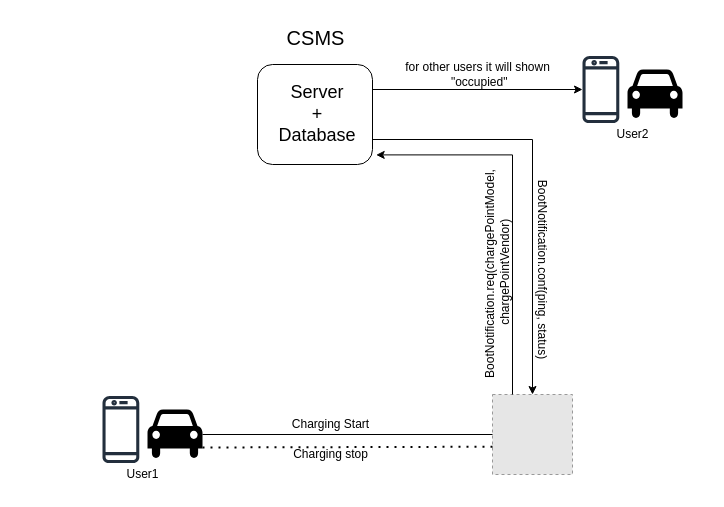
P-r-n-b/EV_station keeps this draw.io diagram as page "Page-2" (2 of 2) of ev_charger.drawio. Above is the earlier version. Source tidied: cells renumbered, new cells numbered last; positions are measured from the earlier drawing's top-left corner, leaving out a move shared by most shapes. Both pictures are drawn from the tidied source at 100%, with x=0, y=0 at pixel (96, 17). Pictures stored in the file or linked from it are replaced by grey dashed boxes.
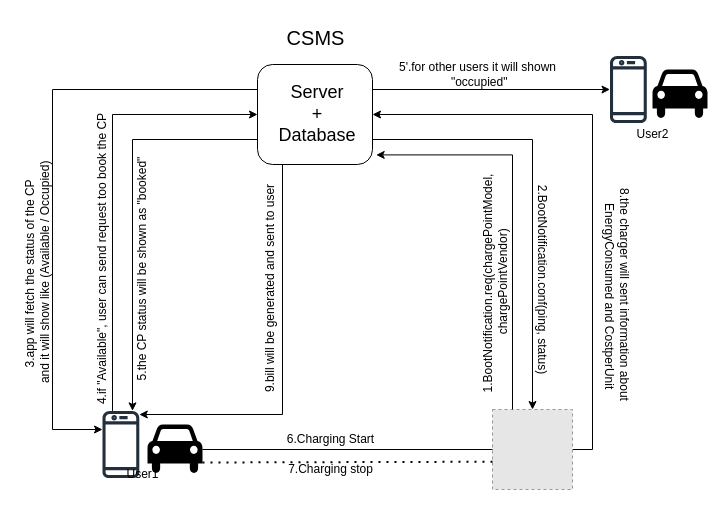
After the change.

Unchanged cells that the change refers to:
```xml
<mxCell id="5" style="rounded=1;whiteSpace=wrap;html=1;" parent="1" vertex="1">
  <mxGeometry x="161" y="47" width="115" height="100" as="geometry" />
</mxCell>
```

Diff of the diagram source:
```diff
@@
+    <mxCell id="23" style="edgeStyle=orthogonalEdgeStyle;rounded=0;jettySize=auto;html=1;exitX=1;exitY=0.5;exitDx=0;exitDy=0;entryX=1;entryY=0.5;entryDx=0;entryDy=0;" parent="1" edge="1" source="2" target="5">
+      <mxGeometry relative="1" as="geometry" />
+    </mxCell>
     <mxCell id="2" style="fillColor=#E6E6E6;strokeColor=#999999;dashed=1;verticalLabelPosition=bottom;verticalAlign=top;" parent="1" vertex="1">
-      <mxGeometry x="396" y="377" width="80" height="80" as="geometry" />
+      <mxGeometry x="396" y="392" width="80" height="80" as="geometry" />
     </mxCell>
@@
+    <mxCell id="24" style="edgeStyle=orthogonalEdgeStyle;rounded=0;jettySize=auto;html=1;exitX=0;exitY=0.25;exitDx=0;exitDy=0;" parent="1" edge="1" source="5" target="7">
+      <mxGeometry relative="1" as="geometry">
+        <Array as="points">
+          <mxPoint x="-44" y="72" />
+          <mxPoint x="-44" y="412" />
+        </Array>
+      </mxGeometry>
+    </mxCell>
+    <mxCell id="25" style="edgeStyle=orthogonalEdgeStyle;rounded=0;jettySize=auto;html=1;exitX=0;exitY=0.75;exitDx=0;exitDy=0;" parent="1" edge="1" source="5" target="7">
+      <mxGeometry relative="1" as="geometry">
+        <Array as="points">
+          <mxPoint x="36" y="122" />
+        </Array>
+      </mxGeometry>
+    </mxCell>
+    <mxCell id="26" style="edgeStyle=orthogonalEdgeStyle;rounded=0;jettySize=auto;html=1;exitX=0.25;exitY=1;exitDx=0;exitDy=0;" parent="1" edge="1" source="5" target="7">
+      <mxGeometry relative="1" as="geometry">
+        <Array as="points">
+          <mxPoint x="186" y="147" />
+          <mxPoint x="186" y="397" />
+        </Array>
+      </mxGeometry>
+    </mxCell>
@@
     <mxCell id="6" style="shape=mxgraph.signs.transportation.car_4;html=1;fillColor=#000000;strokeColor=none;verticalLabelPosition=bottom;verticalAlign=top;align=center;" parent="1" vertex="1">
-      <mxGeometry x="51" y="392" width="55" height="50" as="geometry" />
+      <mxGeometry x="51" y="407" width="55" height="50" as="geometry" />
     </mxCell>
+    <mxCell id="27" style="edgeStyle=orthogonalEdgeStyle;rounded=0;jettySize=auto;html=1;entryX=0;entryY=0.5;entryDx=0;entryDy=0;" parent="1" edge="1" source="7" target="5">
+      <mxGeometry relative="1" as="geometry">
+        <Array as="points">
+          <mxPoint x="16" y="97" />
+        </Array>
+      </mxGeometry>
+    </mxCell>
     <mxCell id="7" style="sketch=0;outlineConnect=0;fontColor=#232F3E;gradientColor=none;fillColor=#232F3D;strokeColor=none;dashed=0;verticalLabelPosition=bottom;verticalAlign=top;align=center;html=1;fontSize=12;fontStyle=0;shape=mxgraph.aws4.mobile_client;" parent="1" vertex="1">
-      <mxGeometry x="6" y="377" width="36.8" height="70" as="geometry" />
+      <mxGeometry x="6" y="392" width="36.8" height="70" as="geometry" />
     </mxCell>
@@
     <mxCell id="13" style="shape=mxgraph.signs.transportation.car_4;html=1;fillColor=#000000;strokeColor=none;verticalLabelPosition=bottom;verticalAlign=top;align=center;" parent="1" vertex="1">
-      <mxGeometry x="531" y="52" width="55" height="50" as="geometry" />
+      <mxGeometry x="556" y="52" width="55" height="50" as="geometry" />
     </mxCell>
     <mxCell id="14" style="sketch=0;outlineConnect=0;fontColor=#232F3E;gradientColor=none;fillColor=#232F3D;strokeColor=none;dashed=0;verticalLabelPosition=bottom;verticalAlign=top;align=center;html=1;fontSize=12;fontStyle=0;shape=mxgraph.aws4.mobile_client;" parent="1" vertex="1">
-      <mxGeometry x="486" y="37" width="36.8" height="70" as="geometry" />
+      <mxGeometry x="513.5" y="37" width="36.8" height="70" as="geometry" />
     </mxCell>
     <mxCell id="15" value="User2" style="text;html=1;align=center;verticalAlign=middle;strokeColor=none;fillColor=none;" parent="1" vertex="1">
-      <mxGeometry x="506" y="102" width="60" height="30" as="geometry" />
+      <mxGeometry x="526" y="102" width="60" height="30" as="geometry" />
     </mxCell>
-    <mxCell id="16" value="BootNotification.req(chargePointModel,&lt;div&gt;&amp;nbsp;chargePointVendor)&lt;/div&gt;" style="text;html=1;align=center;verticalAlign=middle;strokeColor=none;fillColor=none;rotation=270;" parent="1" vertex="1">
-      <mxGeometry x="286" y="237" width="230" height="40" as="geometry" />
+    <mxCell id="16" value="1.BootNotification.req(chargePointModel,&lt;div&gt;&amp;nbsp;chargePointVendor)&lt;/div&gt;" style="text;html=1;align=center;verticalAlign=middle;strokeColor=none;fillColor=none;rotation=270;" parent="1" vertex="1">
+      <mxGeometry x="278.5" y="247" width="240" height="40" as="geometry" />
     </mxCell>
-    <mxCell id="17" value="BootNotification.conf(ping, status)" style="text;html=1;align=center;verticalAlign=middle;strokeColor=none;fillColor=none;rotation=90;" parent="1" vertex="1">
-      <mxGeometry x="346" y="237" width="200" height="30" as="geometry" />
+    <mxCell id="17" value="2.BootNotification.conf(ping, status)" style="text;html=1;align=center;verticalAlign=middle;strokeColor=none;fillColor=none;rotation=90;" parent="1" vertex="1">
+      <mxGeometry x="341" y="247" width="210" height="30" as="geometry" />
     </mxCell>
@@
-    <mxCell id="20" value="Charging Start" style="text;html=1;align=center;verticalAlign=middle;strokeColor=none;fillColor=none;" parent="1" vertex="1">
-      <mxGeometry x="183.5" y="392" width="100" height="30" as="geometry" />
+    <mxCell id="20" value="6.Charging Start" style="text;html=1;align=center;verticalAlign=middle;strokeColor=none;fillColor=none;" parent="1" vertex="1">
+      <mxGeometry x="178.5" y="407" width="110" height="30" as="geometry" />
     </mxCell>
-    <mxCell id="21" value="Charging stop" style="text;html=1;align=center;verticalAlign=middle;strokeColor=none;fillColor=none;" parent="1" vertex="1">
-      <mxGeometry x="183.5" y="422" width="100" height="30" as="geometry" />
+    <mxCell id="21" value="7.Charging stop" style="text;html=1;align=center;verticalAlign=middle;strokeColor=none;fillColor=none;" parent="1" vertex="1">
+      <mxGeometry x="178.5" y="437" width="110" height="30" as="geometry" />
     </mxCell>
-    <mxCell id="22" value="for other users it will shown&lt;div&gt;&amp;nbsp;&quot;occupied&quot;&lt;/div&gt;" style="text;html=1;align=center;verticalAlign=middle;strokeColor=none;fillColor=none;" parent="1" vertex="1">
-      <mxGeometry x="296" y="37" width="170" height="40" as="geometry" />
+    <mxCell id="22" value="5'.for other users it will shown&lt;div&gt;&amp;nbsp;&quot;occupied&quot;&lt;/div&gt;" style="text;html=1;align=center;verticalAlign=middle;strokeColor=none;fillColor=none;" parent="1" vertex="1">
+      <mxGeometry x="291" y="37" width="180" height="40" as="geometry" />
     </mxCell>
+    <mxCell id="28" value="3.app will fetch the status of the CP&lt;div&gt;&amp;nbsp;and it will show like (Available / Occupied)&lt;/div&gt;" style="text;html=1;align=center;verticalAlign=middle;strokeColor=none;fillColor=none;rotation=270;" parent="1" vertex="1">
+      <mxGeometry x="-184" y="237" width="250" height="40" as="geometry" />
+    </mxCell>
+    <mxCell id="29" value="4.if &quot;Available&quot;, user can send request too book the CP" style="text;html=1;align=center;verticalAlign=middle;strokeColor=none;fillColor=none;rotation=-90;" parent="1" vertex="1">
+      <mxGeometry x="-149" y="227" width="310" height="30" as="geometry" />
+    </mxCell>
+    <mxCell id="30" value="5.the CP status will be shown as &quot;booked&quot;" style="text;html=1;align=center;verticalAlign=middle;strokeColor=none;fillColor=none;rotation=-90;" parent="1" vertex="1">
+      <mxGeometry x="-79" y="237" width="250" height="30" as="geometry" />
+    </mxCell>
+    <mxCell id="31" value="9.bill will be generated and sent to user" style="text;html=1;align=center;verticalAlign=middle;strokeColor=none;fillColor=none;rotation=-90;" parent="1" vertex="1">
+      <mxGeometry x="58.5" y="257" width="230" height="30" as="geometry" />
+    </mxCell>
+    <mxCell id="32" value="8.the charger will sent information about&lt;div&gt;&amp;nbsp;EnergyConsumed and CostperUnit&lt;/div&gt;" style="text;html=1;align=center;verticalAlign=middle;strokeColor=none;fillColor=none;rotation=90;" parent="1" vertex="1">
+      <mxGeometry x="401" y="257" width="240" height="40" as="geometry" />
+    </mxCell>
```
